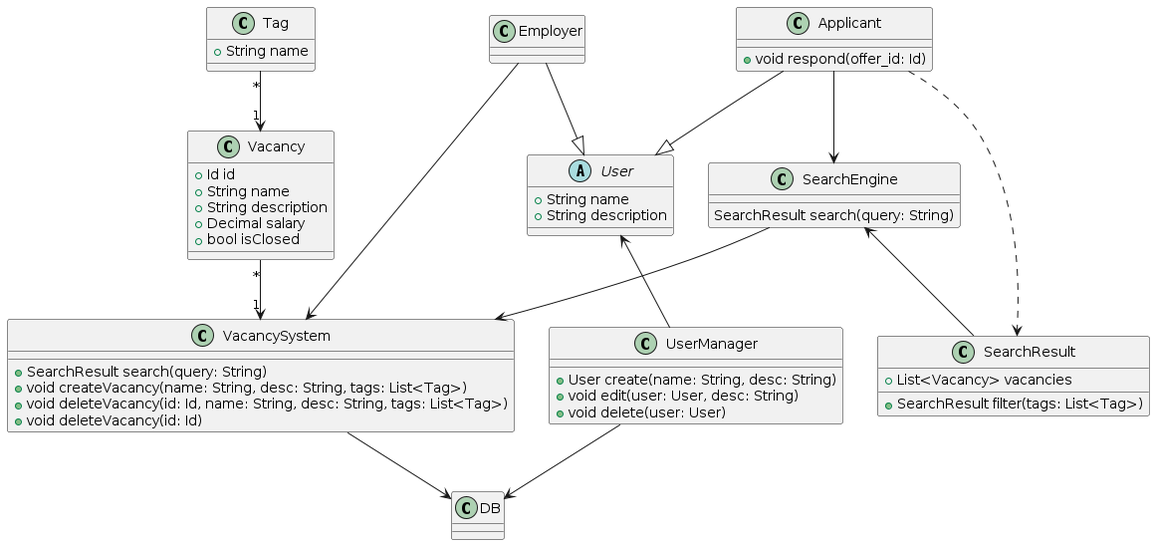
gmatiukhin/rudn-study-3rd-year keeps this PlantUML diagram as sys_mod/uml/class.plantuml-rendered.png. Above is the earlier version.
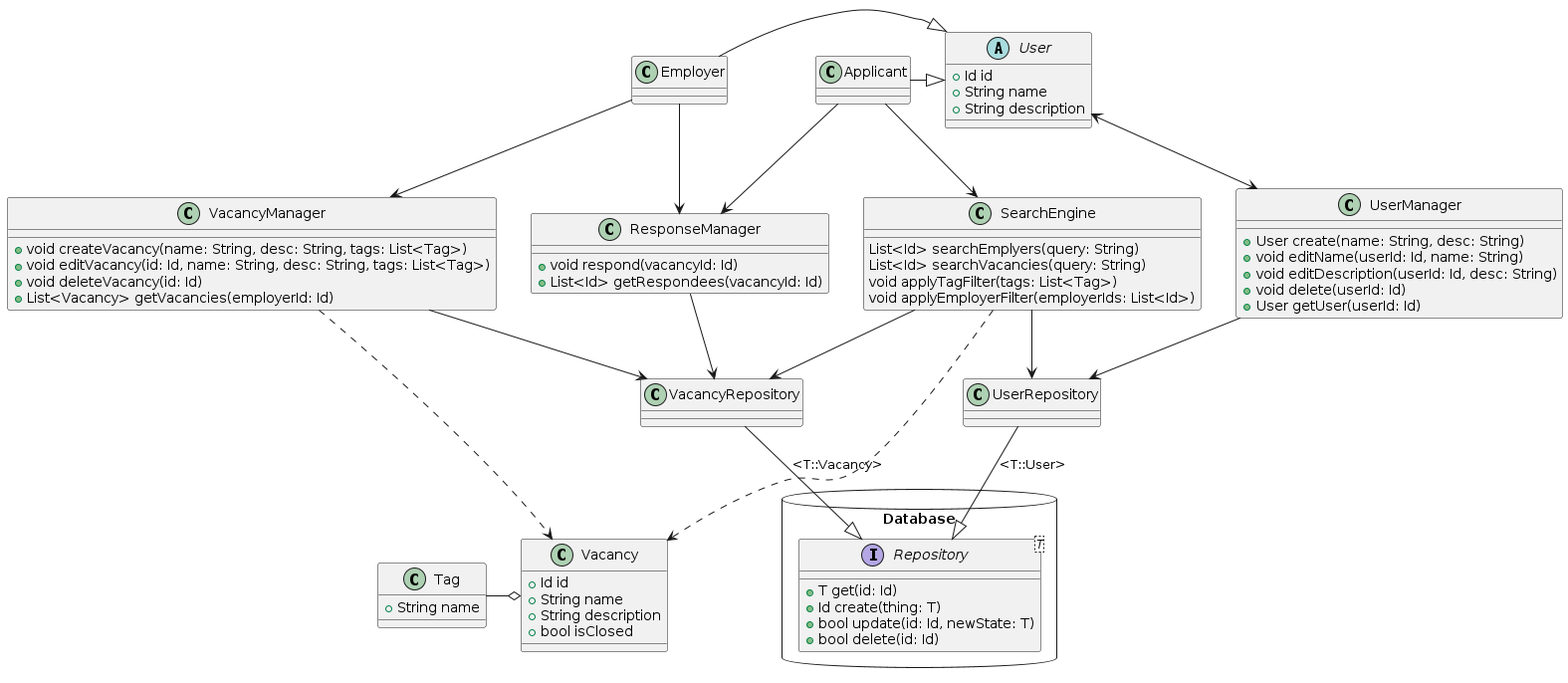
After the commit.

Commit message:
sys modeling class diagram

Diff of the diagram source:
```diff
@@ -1,66 +1,87 @@
 @startuml
+allowmixing
+
 abstract User {
+  + Id id
   + String name
   + String description
 }
 
+class Applicant
+
+class Employer
+
 class UserManager {
   + User create(name: String, desc: String)
-  + void edit(user: User, desc: String)
-  + void delete(user: User)
+  + void editName(userId: Id, name: String)
+  + void editDescription(userId: Id, desc: String)
+  + void delete(userId: Id)
+  + User getUser(userId: Id)
 }
 
-class Employer
+class VacancyManager {
+  + void createVacancy(name: String, desc: String, tags: List<Tag>)
+  + void editVacancy(id: Id, name: String, desc: String, tags: List<Tag>)
+  + void deleteVacancy(id: Id)
+  + List<Vacancy> getVacancies(employerId: Id)
+}
+
+class ResponseManager {
+  + void respond(vacancyId: Id)
+  + List<Id> getRespondees(vacancyId: Id)
+}
 
 class Vacancy {
   + Id id
   + String name
   + String description
-  + Decimal salary
   + bool isClosed
-}
-
-class VacancySystem {
-  + SearchResult search(query: String)
-  + void createVacancy(name: String, desc: String, tags: List<Tag>)
-  + void deleteVacancy(id: Id, name: String, desc: String, tags: List<Tag>)
-  + void deleteVacancy(id: Id)
 }
 
 class Tag {
   + String name
 }
 
-class Applicant {
-  + void respond(offer_id: Id)
+class SearchEngine {
+  List<Id> searchEmplyers(query: String)
+  List<Id> searchVacancies(query: String)
+  void applyTagFilter(tags: List<Tag>)
+  void applyEmployerFilter(employerIds: List<Id>)
 }
 
-class DB
-
-class SearchEngine {
-  SearchResult search(query: String)
+package Database <<Database>> {
+  interface Repository<T> {
+    + T get(id: Id)
+    + Id create(thing: T)
+    + bool update(id: Id, newState: T)
+    + bool delete(id: Id)
+  }
 }
 
-class SearchResult {
-  + List<Vacancy> vacancies
-  + SearchResult filter(tags: List<Tag>)
-}
+VacancyRepository --|> Repository:<T::Vacancy>
+UserRepository --|> Repository:<T::User>
 
-Applicant --|> User
-Employer --|> User
+UserManager --> UserRepository
+VacancyManager --> VacancyRepository
+SearchEngine --> VacancyRepository
+SearchEngine --> UserRepository
+ResponseManager --> VacancyRepository
 
-User <-- UserManager
-UserManager --> DB
-VacancySystem --> DB
+Employer -|> User
+Applicant -|> User
 
-Employer --> VacancySystem
-Vacancy "*" --> "1" VacancySystem
-Tag "*" --> "1" Vacancy
+User <--> UserManager
+
+Employer --> VacancyManager
+Tag -o Vacancy
 
 Applicant --> SearchEngine
-SearchEngine --> VacancySystem
 
-SearchEngine <-- SearchResult
-Applicant -.-> SearchResult
+VacancyManager -.-> Vacancy
+
+SearchEngine -.-> Vacancy
+
+Applicant --> ResponseManager
+Employer --> ResponseManager
 
 @enduml
```
